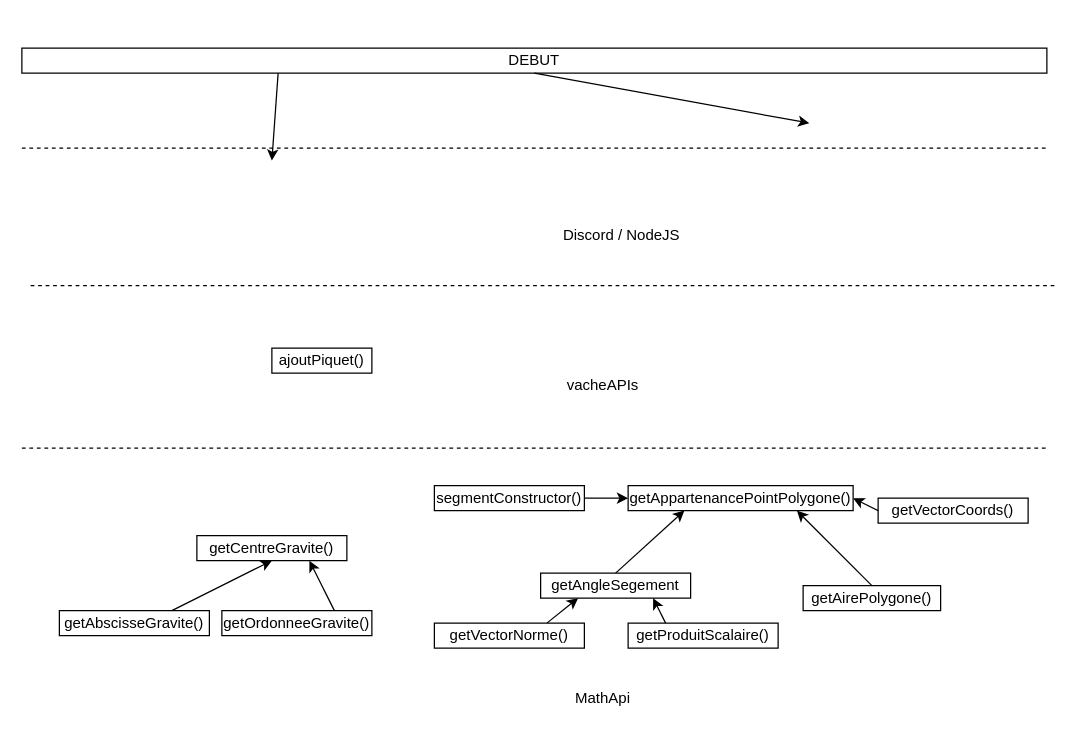
This is docs/schema_fonctions.drawio from TheoGicquel/La-Noiraude, a draw.io file, before an edit. Source tidied: cells renumbered, new cells numbered last; positions are measured from the earlier drawing's top-left corner, leaving out a move shared by most shapes. Both pictures are drawn from the tidied source at 125%, with x=0, y=0 at pixel (21, 48).
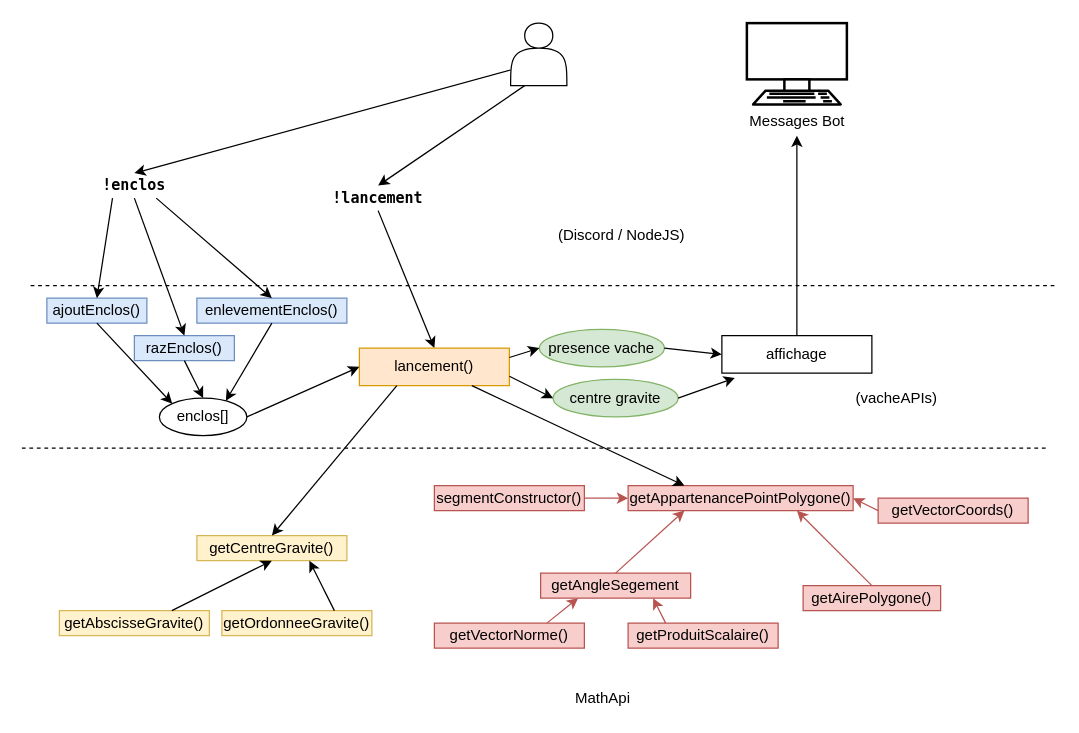
The same page after the edit.

Commit message:
maj schema fonctions

Change to the diagram source:
```diff
@@
-    <mxCell id="2" value="DEBUT" style="rounded=0;whiteSpace=wrap;html=1;" parent="1" vertex="1">
-      <mxGeometry width="820" height="20" as="geometry" />
-    </mxCell>
-    <mxCell id="3" style="endArrow=classic;html=1;exitX=0.25;exitY=1;exitDx=0;exitDy=0;" parent="1" edge="1" source="2">
-      <mxGeometry relative="1" as="geometry">
-        <mxPoint x="200" y="90" as="targetPoint" />
-      </mxGeometry>
+    <mxCell id="3" style="endArrow=classic;html=1;exitX=0.25;exitY=1;exitDx=0;exitDy=0;entryX=0.5;entryY=0;entryDx=0;entryDy=0;" parent="1" edge="1" source="47" target="31">
+      <mxGeometry relative="1" as="geometry" />
     </mxCell>
-    <mxCell id="4" style="endArrow=classic;html=1;exitX=0.5;exitY=1;exitDx=0;exitDy=0;" parent="1" edge="1" source="2">
-      <mxGeometry relative="1" as="geometry">
-        <mxPoint x="630" y="60" as="targetPoint" />
-      </mxGeometry>
+    <mxCell id="4" style="endArrow=classic;html=1;exitX=0.5;exitY=1;exitDx=0;exitDy=0;entryX=0.5;entryY=0;entryDx=0;entryDy=0;" parent="1" edge="1" source="31" target="38">
+      <mxGeometry relative="1" as="geometry" />
     </mxCell>
-    <mxCell id="5" value="getAbscisseGravite()" style="rounded=0;whiteSpace=wrap;html=1;" parent="1" vertex="1">
+    <mxCell id="5" value="getAbscisseGravite()" style="rounded=0;whiteSpace=wrap;html=1;fillColor=#fff2cc;strokeColor=#d6b656;" parent="1" vertex="1">
       <mxGeometry x="30" y="450" width="120" height="20" as="geometry" />
     </mxCell>
-    <mxCell id="6" value="getOrdonneeGravite()" style="rounded=0;whiteSpace=wrap;html=1;" parent="1" vertex="1">
+    <mxCell id="6" value="getOrdonneeGravite()" style="rounded=0;whiteSpace=wrap;html=1;fillColor=#fff2cc;strokeColor=#d6b656;" parent="1" vertex="1">
       <mxGeometry x="160" y="450" width="120" height="20" as="geometry" />
     </mxCell>
-    <mxCell id="7" value="getCentreGravite()" style="rounded=0;whiteSpace=wrap;html=1;" parent="1" vertex="1">
+    <mxCell id="7" value="getCentreGravite()" style="rounded=0;whiteSpace=wrap;html=1;fillColor=#fff2cc;strokeColor=#d6b656;" parent="1" vertex="1">
       <mxGeometry x="140" y="390" width="120" height="20" as="geometry" />
     </mxCell>
-    <mxCell id="8" value="ajoutPiquet()" style="rounded=0;whiteSpace=wrap;html=1;" parent="1" vertex="1">
-      <mxGeometry x="200" y="240" width="80" height="20" as="geometry" />
+    <mxCell id="8" value="ajoutEnclos()" style="rounded=0;whiteSpace=wrap;html=1;fillColor=#dae8fc;strokeColor=#6c8ebf;" parent="1" vertex="1">
+      <mxGeometry x="20" y="200" width="80" height="20" as="geometry" />
     </mxCell>
-    <mxCell id="9" value="getAirePolygone()" style="rounded=0;whiteSpace=wrap;html=1;" parent="1" vertex="1">
+    <mxCell id="9" value="getAirePolygone()" style="rounded=0;whiteSpace=wrap;html=1;fillColor=#f8cecc;strokeColor=#b85450;" parent="1" vertex="1">
       <mxGeometry x="625" y="430" width="110" height="20" as="geometry" />
     </mxCell>
-    <mxCell id="10" style="endArrow=classic;html=1;entryX=0.75;entryY=1;entryDx=0;entryDy=0;exitX=0.5;exitY=0;exitDx=0;exitDy=0;" parent="1" edge="1" source="9" target="14">
+    <mxCell id="10" style="endArrow=classic;html=1;entryX=0.75;entryY=1;entryDx=0;entryDy=0;exitX=0.5;exitY=0;exitDx=0;exitDy=0;fillColor=#f8cecc;strokeColor=#b85450;" parent="1" edge="1" source="9" target="14">
       <mxGeometry relative="1" as="geometry" />
     </mxCell>
-    <mxCell id="11" style="endArrow=classic;html=1;exitX=0.5;exitY=0;exitDx=0;exitDy=0;entryX=0.25;entryY=1;entryDx=0;entryDy=0;" parent="1" edge="1" source="15" target="14">
+    <mxCell id="11" style="endArrow=classic;html=1;exitX=0.5;exitY=0;exitDx=0;exitDy=0;entryX=0.25;entryY=1;entryDx=0;entryDy=0;fillColor=#f8cecc;strokeColor=#b85450;" parent="1" edge="1" source="15" target="14">
       <mxGeometry relative="1" as="geometry" />
     </mxCell>
-    <mxCell id="12" style="endArrow=classic;html=1;entryX=0.25;entryY=1;entryDx=0;entryDy=0;exitX=0.75;exitY=0;exitDx=0;exitDy=0;" parent="1" edge="1" source="17" target="15">
+    <mxCell id="12" style="endArrow=classic;html=1;entryX=0.25;entryY=1;entryDx=0;entryDy=0;exitX=0.75;exitY=0;exitDx=0;exitDy=0;fillColor=#f8cecc;strokeColor=#b85450;" parent="1" edge="1" source="17" target="15">
       <mxGeometry relative="1" as="geometry" />
     </mxCell>
-    <mxCell id="13" value="segmentConstructor()" style="rounded=0;whiteSpace=wrap;html=1;" parent="1" vertex="1">
+    <mxCell id="13" value="segmentConstructor()" style="rounded=0;whiteSpace=wrap;html=1;fillColor=#f8cecc;strokeColor=#b85450;" parent="1" vertex="1">
       <mxGeometry x="330" y="350" width="120" height="20" as="geometry" />
     </mxCell>
-    <mxCell id="14" value="getAppartenancePointPolygone()" style="rounded=0;whiteSpace=wrap;html=1;" parent="1" vertex="1">
+    <mxCell id="14" value="getAppartenancePointPolygone()" style="rounded=0;whiteSpace=wrap;html=1;fillColor=#f8cecc;strokeColor=#b85450;" parent="1" vertex="1">
       <mxGeometry x="485" y="350" width="180" height="20" as="geometry" />
     </mxCell>
-    <mxCell id="15" value="getAngleSegement" style="rounded=0;whiteSpace=wrap;html=1;" parent="1" vertex="1">
+    <mxCell id="15" value="getAngleSegement" style="rounded=0;whiteSpace=wrap;html=1;fillColor=#f8cecc;strokeColor=#b85450;" parent="1" vertex="1">
       <mxGeometry x="415" y="420" width="120" height="20" as="geometry" />
     </mxCell>
-    <mxCell id="16" value="getProduitScalaire()" style="rounded=0;whiteSpace=wrap;html=1;" parent="1" vertex="1">
+    <mxCell id="16" value="getProduitScalaire()" style="rounded=0;whiteSpace=wrap;html=1;fillColor=#f8cecc;strokeColor=#b85450;" parent="1" vertex="1">
       <mxGeometry x="485" y="460" width="120" height="20" as="geometry" />
     </mxCell>
-    <mxCell id="17" value="getVectorNorme()" style="rounded=0;whiteSpace=wrap;html=1;" parent="1" vertex="1">
+    <mxCell id="17" value="getVectorNorme()" style="rounded=0;whiteSpace=wrap;html=1;fillColor=#f8cecc;strokeColor=#b85450;" parent="1" vertex="1">
       <mxGeometry x="330" y="460" width="120" height="20" as="geometry" />
     </mxCell>
-    <mxCell id="18" style="endArrow=classic;html=1;exitX=1;exitY=0.5;exitDx=0;exitDy=0;entryX=0;entryY=0.5;entryDx=0;entryDy=0;" parent="1" edge="1" source="13" target="14">
+    <mxCell id="18" style="endArrow=classic;html=1;exitX=1;exitY=0.5;exitDx=0;exitDy=0;entryX=0;entryY=0.5;entryDx=0;entryDy=0;fillColor=#f8cecc;strokeColor=#b85450;" parent="1" edge="1" source="13" target="14">
       <mxGeometry relative="1" as="geometry" />
     </mxCell>
-    <mxCell id="19" style="endArrow=classic;html=1;entryX=0.75;entryY=1;entryDx=0;entryDy=0;exitX=0.25;exitY=0;exitDx=0;exitDy=0;" parent="1" edge="1" source="16" target="15">
+    <mxCell id="19" style="endArrow=classic;html=1;entryX=0.75;entryY=1;entryDx=0;entryDy=0;exitX=0.25;exitY=0;exitDx=0;exitDy=0;fillColor=#f8cecc;strokeColor=#b85450;" parent="1" edge="1" source="16" target="15">
       <mxGeometry relative="1" as="geometry" />
     </mxCell>
-    <mxCell id="20" value="getVectorCoords()" style="rounded=0;whiteSpace=wrap;html=1;" parent="1" vertex="1">
+    <mxCell id="20" value="getVectorCoords()" style="rounded=0;whiteSpace=wrap;html=1;fillColor=#f8cecc;strokeColor=#b85450;" parent="1" vertex="1">
       <mxGeometry x="685" y="360" width="120" height="20" as="geometry" />
     </mxCell>
-    <mxCell id="21" style="endArrow=classic;html=1;exitX=0;exitY=0.5;exitDx=0;exitDy=0;entryX=1;entryY=0.5;entryDx=0;entryDy=0;" parent="1" edge="1" source="20" target="14">
+    <mxCell id="21" style="endArrow=classic;html=1;exitX=0;exitY=0.5;exitDx=0;exitDy=0;entryX=1;entryY=0.5;entryDx=0;entryDy=0;fillColor=#f8cecc;strokeColor=#b85450;" parent="1" edge="1" source="20" target="14">
       <mxGeometry relative="1" as="geometry" />
     </mxCell>
@@
-    <mxCell id="27" value="vacheAPIs" style="text;html=1;strokeColor=none;fillColor=none;align=center;verticalAlign=middle;whiteSpace=wrap;rounded=0;" parent="1" vertex="1">
-      <mxGeometry x="430" y="260" width="70" height="20" as="geometry" />
+    <mxCell id="27" value="(vacheAPIs)" style="text;html=1;strokeColor=none;fillColor=none;align=center;verticalAlign=middle;whiteSpace=wrap;rounded=0;" parent="1" vertex="1">
+      <mxGeometry x="665" y="270" width="70" height="20" as="geometry" />
     </mxCell>
-    <mxCell id="28" style="endArrow=none;dashed=1;html=1;" parent="1" edge="1">
-      <mxGeometry relative="1" as="geometry">
-        <mxPoint y="80" as="sourcePoint" />
-        <mxPoint x="820" y="80" as="targetPoint" />
-      </mxGeometry>
-    </mxCell>
-    <mxCell id="29" value="Discord / NodeJS" style="text;html=1;strokeColor=none;fillColor=none;align=center;verticalAlign=middle;whiteSpace=wrap;rounded=0;" parent="1" vertex="1">
+    <mxCell id="29" value="(Discord / NodeJS)" style="text;html=1;strokeColor=none;fillColor=none;align=center;verticalAlign=middle;whiteSpace=wrap;rounded=0;" parent="1" vertex="1">
       <mxGeometry x="420" y="140" width="120" height="20" as="geometry" />
     </mxCell>
+    <mxCell id="30" value="&lt;b&gt;&lt;font face=&quot;Lucida Console&quot;&gt;!enclos&lt;/font&gt;&lt;/b&gt;" style="text;html=1;strokeColor=none;fillColor=none;align=center;verticalAlign=middle;whiteSpace=wrap;rounded=0;" parent="1" vertex="1">
+      <mxGeometry x="55" y="100" width="70" height="20" as="geometry" />
+    </mxCell>
+    <mxCell id="31" value="&lt;b&gt;&lt;font face=&quot;Lucida Console&quot;&gt;!lancement&lt;/font&gt;&lt;/b&gt;" style="text;html=1;strokeColor=none;fillColor=none;align=center;verticalAlign=middle;whiteSpace=wrap;rounded=0;" parent="1" vertex="1">
+      <mxGeometry x="250" y="110" width="70" height="20" as="geometry" />
+    </mxCell>
+    <mxCell id="32" style="endArrow=classic;html=1;exitX=0;exitY=0.75;exitDx=0;exitDy=0;entryX=0.5;entryY=0;entryDx=0;entryDy=0;" parent="1" edge="1" source="47" target="30">
+      <mxGeometry relative="1" as="geometry" />
+    </mxCell>
+    <mxCell id="33" value="razEnclos()" style="rounded=0;whiteSpace=wrap;html=1;fillColor=#dae8fc;strokeColor=#6c8ebf;" parent="1" vertex="1">
+      <mxGeometry x="90" y="230" width="80" height="20" as="geometry" />
+    </mxCell>
+    <mxCell id="34" value="enlevementEnclos()" style="rounded=0;whiteSpace=wrap;html=1;fillColor=#dae8fc;strokeColor=#6c8ebf;" parent="1" vertex="1">
+      <mxGeometry x="140" y="200" width="120" height="20" as="geometry" />
+    </mxCell>
+    <mxCell id="35" style="endArrow=classic;html=1;exitX=0.75;exitY=1;exitDx=0;exitDy=0;entryX=0.5;entryY=0;entryDx=0;entryDy=0;" parent="1" edge="1" source="30" target="34">
+      <mxGeometry relative="1" as="geometry" />
+    </mxCell>
+    <mxCell id="36" style="endArrow=classic;html=1;exitX=0.5;exitY=1;exitDx=0;exitDy=0;entryX=0.5;entryY=0;entryDx=0;entryDy=0;" parent="1" edge="1" source="30" target="33">
+      <mxGeometry relative="1" as="geometry" />
+    </mxCell>
+    <mxCell id="37" style="endArrow=classic;html=1;exitX=0.25;exitY=1;exitDx=0;exitDy=0;entryX=0.5;entryY=0;entryDx=0;entryDy=0;" parent="1" edge="1" source="30" target="8">
+      <mxGeometry relative="1" as="geometry" />
+    </mxCell>
+    <mxCell id="38" value="lancement()" style="rounded=0;whiteSpace=wrap;html=1;fillColor=#ffe6cc;strokeColor=#d79b00;" parent="1" vertex="1">
+      <mxGeometry x="270" y="240" width="120" height="30" as="geometry" />
+    </mxCell>
+    <mxCell id="39" value="enclos[]" style="ellipse;whiteSpace=wrap;html=1;" parent="1" vertex="1">
+      <mxGeometry x="110" y="280" width="70" height="30" as="geometry" />
+    </mxCell>
+    <mxCell id="40" value="centre gravite" style="ellipse;whiteSpace=wrap;html=1;fillColor=#d5e8d4;strokeColor=#82b366;" parent="1" vertex="1">
+      <mxGeometry x="425" y="265" width="100" height="30" as="geometry" />
+    </mxCell>
+    <mxCell id="41" value="presence vache" style="ellipse;whiteSpace=wrap;html=1;fillColor=#d5e8d4;strokeColor=#82b366;" parent="1" vertex="1">
+      <mxGeometry x="414" y="225" width="100" height="30" as="geometry" />
+    </mxCell>
+    <mxCell id="42" style="endArrow=classic;html=1;exitX=0.25;exitY=1;exitDx=0;exitDy=0;entryX=0.5;entryY=0;entryDx=0;entryDy=0;" parent="1" edge="1" source="38" target="7">
+      <mxGeometry relative="1" as="geometry" />
+    </mxCell>
+    <mxCell id="43" style="endArrow=classic;html=1;exitX=0.75;exitY=1;exitDx=0;exitDy=0;entryX=0.25;entryY=0;entryDx=0;entryDy=0;" parent="1" edge="1" source="38" target="14">
+      <mxGeometry relative="1" as="geometry" />
+    </mxCell>
+    <mxCell id="44" style="endArrow=classic;html=1;exitX=1;exitY=0.75;exitDx=0;exitDy=0;entryX=0;entryY=0.5;entryDx=0;entryDy=0;" parent="1" edge="1" source="38" target="40">
+      <mxGeometry relative="1" as="geometry" />
+    </mxCell>
+    <mxCell id="45" style="endArrow=classic;html=1;exitX=1;exitY=0.25;exitDx=0;exitDy=0;entryX=0;entryY=0.5;entryDx=0;entryDy=0;" parent="1" edge="1" source="38" target="41">
+      <mxGeometry relative="1" as="geometry" />
+    </mxCell>
+    <mxCell id="46" style="endArrow=classic;html=1;exitX=0.5;exitY=0;exitDx=0;exitDy=0;" parent="1" edge="1" source="49">
+      <mxGeometry relative="1" as="geometry">
+        <mxPoint x="620" y="70" as="targetPoint" />
+      </mxGeometry>
+    </mxCell>
+    <mxCell id="47" style="shape=actor;whiteSpace=wrap;html=1;" parent="1" vertex="1">
+      <mxGeometry x="391" y="-20" width="45" height="50" as="geometry" />
+    </mxCell>
+    <mxCell id="48" value="Messages Bot" style="verticalAlign=top;verticalLabelPosition=bottom;labelPosition=center;align=center;html=1;gradientDirection=north;strokeWidth=2;shape=mxgraph.networks.terminal;" parent="1" vertex="1">
+      <mxGeometry x="580" y="-20" width="80" height="65" as="geometry" />
+    </mxCell>
+    <mxCell id="49" value="affichage" style="rounded=0;whiteSpace=wrap;html=1;" parent="1" vertex="1">
+      <mxGeometry x="560" y="230" width="120" height="30" as="geometry" />
+    </mxCell>
+    <mxCell id="50" style="endArrow=classic;html=1;exitX=1;exitY=0.5;exitDx=0;exitDy=0;entryX=0.087;entryY=1.127;entryDx=0;entryDy=0;entryPerimeter=0;" parent="1" edge="1" source="40" target="49">
+      <mxGeometry relative="1" as="geometry" />
+    </mxCell>
+    <mxCell id="51" style="endArrow=classic;html=1;exitX=1;exitY=0.5;exitDx=0;exitDy=0;entryX=0;entryY=0.5;entryDx=0;entryDy=0;" parent="1" edge="1" source="41" target="49">
+      <mxGeometry relative="1" as="geometry" />
+    </mxCell>
+    <mxCell id="52" style="endArrow=classic;html=1;entryX=0.5;entryY=0;entryDx=0;entryDy=0;exitX=0.5;exitY=1;exitDx=0;exitDy=0;" parent="1" edge="1" source="33" target="39">
+      <mxGeometry relative="1" as="geometry" />
+    </mxCell>
+    <mxCell id="53" style="endArrow=classic;html=1;entryX=0;entryY=0;entryDx=0;entryDy=0;exitX=0.5;exitY=1;exitDx=0;exitDy=0;" parent="1" edge="1" source="8" target="39">
+      <mxGeometry relative="1" as="geometry" />
+    </mxCell>
+    <mxCell id="54" style="endArrow=classic;html=1;entryX=0.76;entryY=0.073;entryDx=0;entryDy=0;exitX=0.5;exitY=1;exitDx=0;exitDy=0;entryPerimeter=0;" parent="1" edge="1" source="34" target="39">
+      <mxGeometry relative="1" as="geometry" />
+    </mxCell>
+    <mxCell id="55" style="endArrow=classic;html=1;entryX=0;entryY=0.5;entryDx=0;entryDy=0;exitX=1;exitY=0.5;exitDx=0;exitDy=0;" parent="1" edge="1" source="39" target="38">
+      <mxGeometry relative="1" as="geometry" />
+    </mxCell>
```
